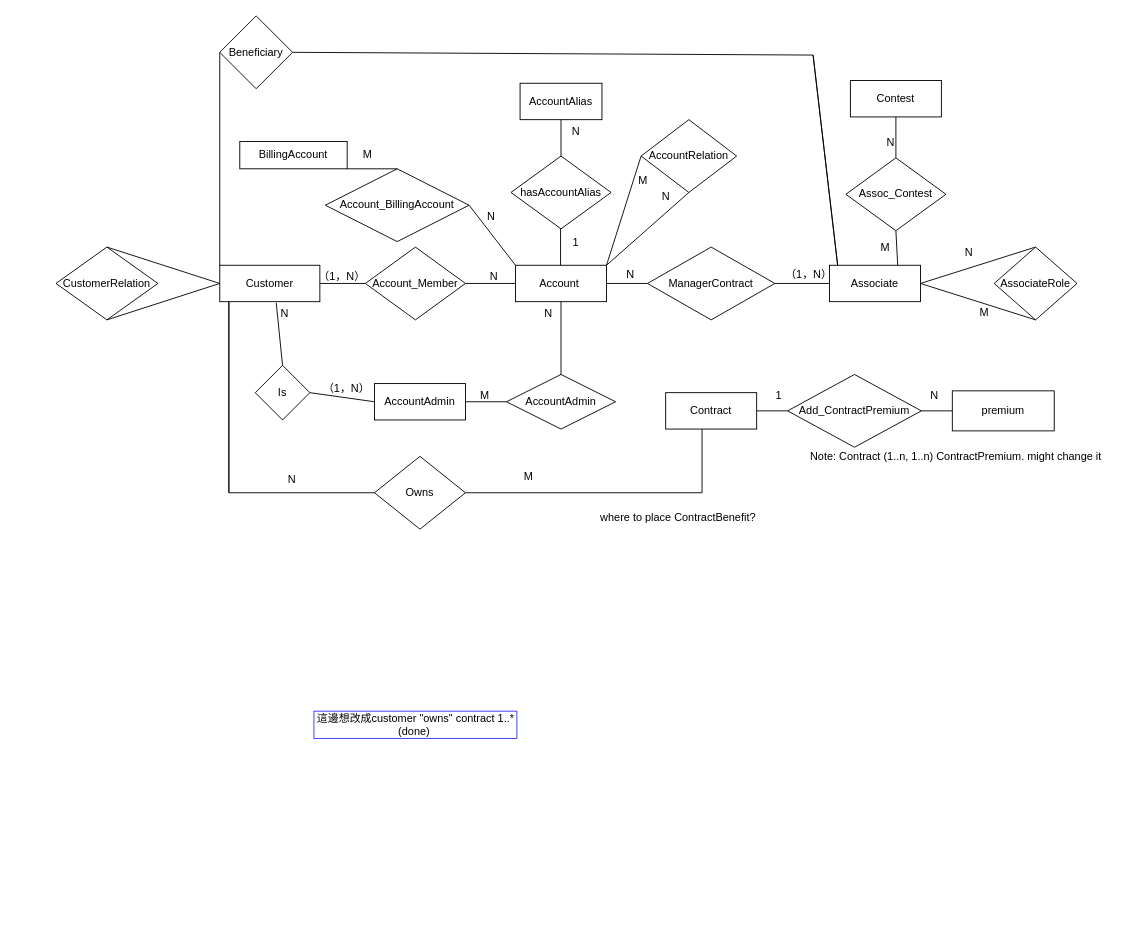
This is page "Page-1" (1 of 2) of dsm-project-p1.drawio from HanquanL/c_practices, a draw.io file, before an edit. Source tidied: cells renumbered, new cells numbered last; positions are measured from the earlier drawing's top-left corner, leaving out a move shared by most shapes. Both pictures are drawn from the tidied source at 91%, with x=0, y=0 at pixel (56, 15).
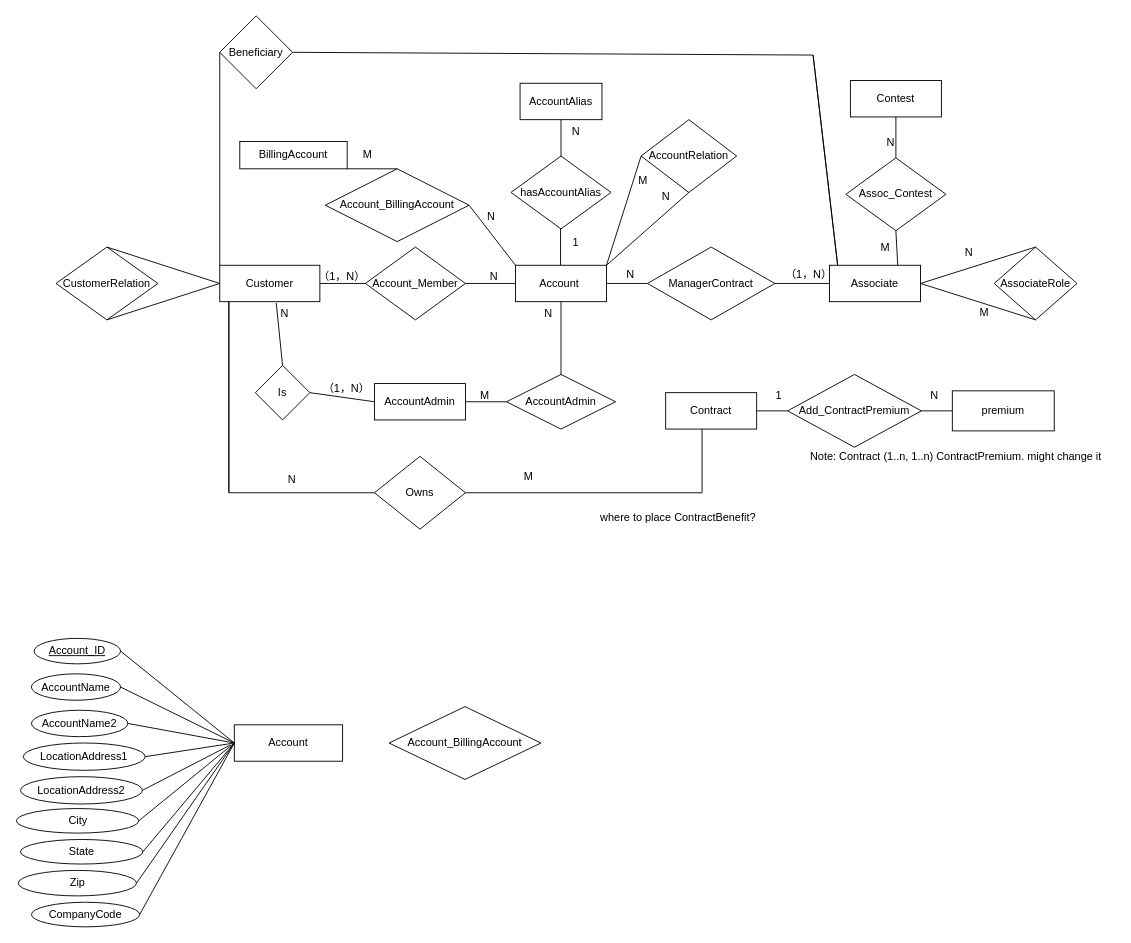
Above is the later version.

Commit message:
redo, working on account entities

Change to the diagram source:
```diff
@@
-    <mxCell id="37" value="這邊想改成customer &quot;owns&quot; contract 1..* (done)&amp;nbsp;" style="text;html=1;align=center;verticalAlign=middle;whiteSpace=wrap;rounded=0;strokeColor=#3333FF;" parent="1" vertex="1">
-      <mxGeometry x="283.5" y="764" width="223" height="30" as="geometry" />
-    </mxCell>
@@
+    <mxCell id="75" value="Account" style="rounded=0;whiteSpace=wrap;html=1;" parent="1" vertex="1">
+      <mxGeometry x="196" y="779" width="119" height="40" as="geometry" />
+    </mxCell>
+    <mxCell id="76" value="&lt;u&gt;Account_ID&lt;/u&gt;" style="ellipse;whiteSpace=wrap;html=1;" parent="1" vertex="1">
+      <mxGeometry x="-24" y="684" width="95" height="28" as="geometry" />
+    </mxCell>
+    <mxCell id="77" value="AccountName" style="ellipse;whiteSpace=wrap;html=1;" parent="1" vertex="1">
+      <mxGeometry x="-27" y="723" width="98" height="29" as="geometry" />
+    </mxCell>
+    <mxCell id="78" value="AccountName2" style="ellipse;whiteSpace=wrap;html=1;" parent="1" vertex="1">
+      <mxGeometry x="-27" y="763" width="106" height="29" as="geometry" />
+    </mxCell>
+    <mxCell id="79" value="LocationAddress1" style="ellipse;whiteSpace=wrap;html=1;" parent="1" vertex="1">
+      <mxGeometry x="-36" y="799" width="134" height="30" as="geometry" />
+    </mxCell>
+    <mxCell id="80" value="LocationAddress2" style="ellipse;whiteSpace=wrap;html=1;" parent="1" vertex="1">
+      <mxGeometry x="-39" y="836" width="134" height="30" as="geometry" />
+    </mxCell>
+    <mxCell id="81" value="City" style="ellipse;whiteSpace=wrap;html=1;" parent="1" vertex="1">
+      <mxGeometry x="-43.5" y="871" width="134.5" height="27" as="geometry" />
+    </mxCell>
+    <mxCell id="82" value="State" style="ellipse;whiteSpace=wrap;html=1;" parent="1" vertex="1">
+      <mxGeometry x="-39" y="905" width="134.5" height="27" as="geometry" />
+    </mxCell>
+    <mxCell id="83" value="Zip" style="ellipse;whiteSpace=wrap;html=1;" parent="1" vertex="1">
+      <mxGeometry x="-41.5" y="939" width="130" height="28" as="geometry" />
+    </mxCell>
+    <mxCell id="84" value="CompanyCode" style="ellipse;whiteSpace=wrap;html=1;" parent="1" vertex="1">
+      <mxGeometry x="-27" y="974" width="119" height="27" as="geometry" />
+    </mxCell>
+    <mxCell id="85" style="endArrow=none;html=1;rounded=0;entryX=1;entryY=0.5;entryDx=0;entryDy=0;exitX=0;exitY=0.5;exitDx=0;exitDy=0;" parent="1" edge="1" source="75" target="76">
+      <mxGeometry relative="1" as="geometry" />
+    </mxCell>
+    <mxCell id="86" style="endArrow=none;html=1;rounded=0;entryX=1;entryY=0.5;entryDx=0;entryDy=0;exitX=0;exitY=0.5;exitDx=0;exitDy=0;" parent="1" edge="1" source="75" target="77">
+      <mxGeometry relative="1" as="geometry" />
+    </mxCell>
+    <mxCell id="87" style="endArrow=none;html=1;rounded=0;entryX=1;entryY=0.5;entryDx=0;entryDy=0;exitX=0;exitY=0.5;exitDx=0;exitDy=0;" parent="1" edge="1" source="75" target="78">
+      <mxGeometry relative="1" as="geometry" />
+    </mxCell>
+    <mxCell id="88" style="endArrow=none;html=1;rounded=0;entryX=1;entryY=0.5;entryDx=0;entryDy=0;exitX=0;exitY=0.5;exitDx=0;exitDy=0;" parent="1" edge="1" source="75" target="79">
+      <mxGeometry relative="1" as="geometry" />
+    </mxCell>
+    <mxCell id="89" style="endArrow=none;html=1;rounded=0;entryX=1;entryY=0.5;entryDx=0;entryDy=0;" parent="1" edge="1" target="80">
+      <mxGeometry relative="1" as="geometry">
+        <mxPoint x="192" y="801" as="sourcePoint" />
+      </mxGeometry>
+    </mxCell>
+    <mxCell id="90" style="endArrow=none;html=1;rounded=0;entryX=0;entryY=0.5;entryDx=0;entryDy=0;exitX=1;exitY=0.5;exitDx=0;exitDy=0;" parent="1" edge="1" source="81" target="75">
+      <mxGeometry relative="1" as="geometry" />
+    </mxCell>
+    <mxCell id="91" style="endArrow=none;html=1;rounded=0;exitX=1;exitY=0.5;exitDx=0;exitDy=0;entryX=0;entryY=0.5;entryDx=0;entryDy=0;" parent="1" edge="1" source="82" target="75">
+      <mxGeometry relative="1" as="geometry" />
+    </mxCell>
+    <mxCell id="92" style="endArrow=none;html=1;rounded=0;exitX=1;exitY=0.5;exitDx=0;exitDy=0;entryX=0;entryY=0.5;entryDx=0;entryDy=0;" parent="1" edge="1" source="83" target="75">
+      <mxGeometry relative="1" as="geometry" />
+    </mxCell>
+    <mxCell id="93" style="endArrow=none;html=1;rounded=0;exitX=1;exitY=0.5;exitDx=0;exitDy=0;entryX=0;entryY=0.5;entryDx=0;entryDy=0;" parent="1" edge="1" source="84" target="75">
+      <mxGeometry relative="1" as="geometry" />
+    </mxCell>
+    <mxCell id="94" value="Account_BillingAccount" style="rhombus;whiteSpace=wrap;html=1;" parent="1" vertex="1">
+      <mxGeometry x="366" y="759" width="167" height="80" as="geometry" />
+    </mxCell>
```
